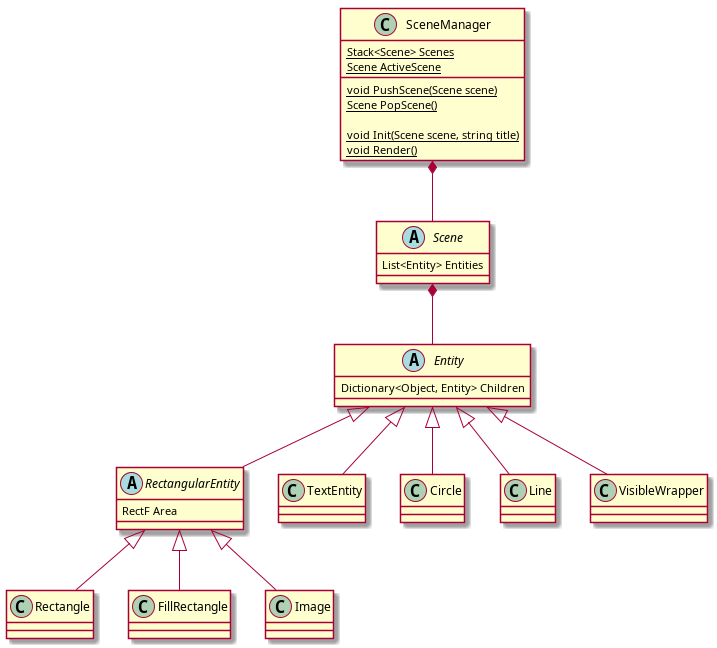
The PlantUML diagram documentation/entities.png in josenunocardoso/SceneDisplayer, before a commit.
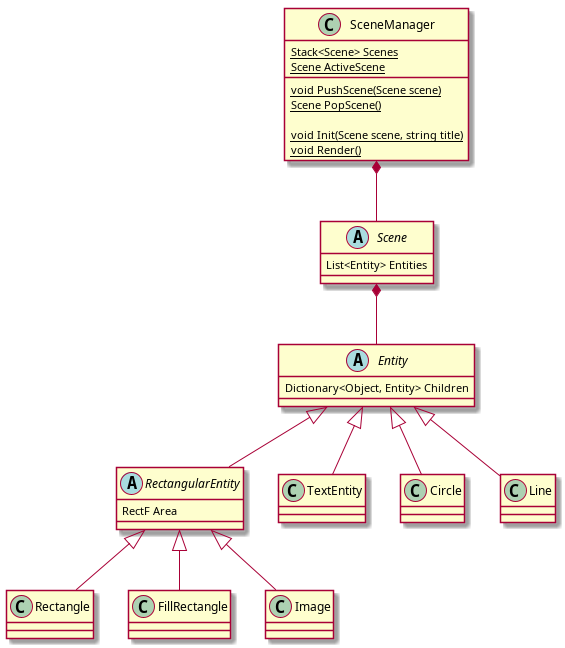
After the change.

What changed in the source:
```diff
@@ -28,5 +28,4 @@
 Entity <|-- TextEntity
 Entity <|-- Circle
 Entity <|-- Line
-Entity <|-- VisibleWrapper
 @enduml
```
